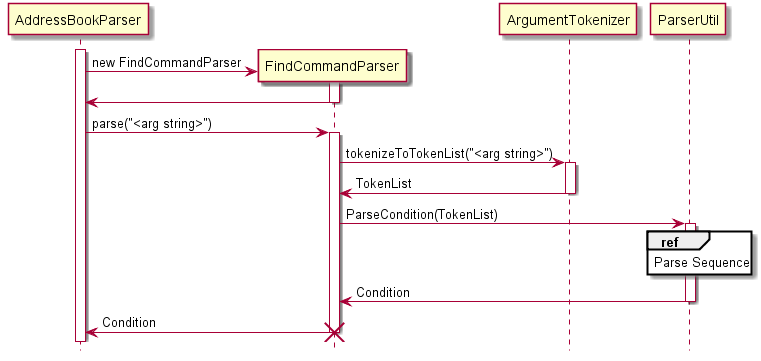
Before: docs/images/FindCommandSequence.png, a diagram exported from PlantUML (ewaldhew/addressbook-level4).
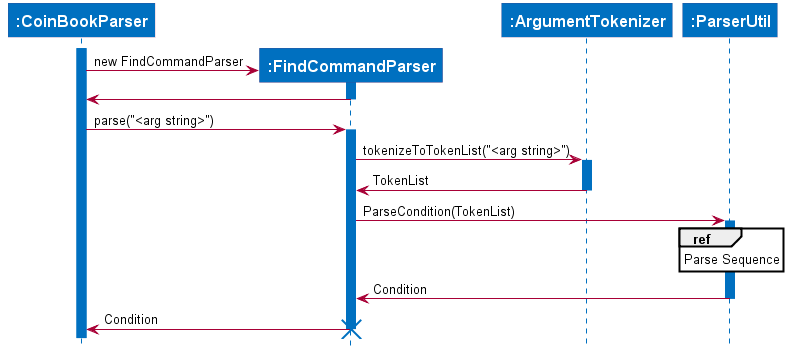
The same diagram one commit later.

The edit, as a diff of the source:
```diff
@@ -1,16 +1,35 @@
 @startuml
 hide footbox
-participant AddressBookParser
 
-activate AddressBookParser
+skinparam sequence {
+  ActorBackgroundColor #DDDDDD
+  ActorBorderColor black
+  ParticipantFontColor white
+  ParticipantFontSize 16
+  ParticipantFontStyle bold
+  ParticipantBorderThickness 0
+  ParticipantBackgroundColor #0070C0
+  LifeLineBorderColor #0070C0
+  LifeLineBackgroundColor #0070C0
+  defaultFontName Calibri
+}
+
+skinparam shadowing false
+
+participant ":CoinBookParser" as CoinBookParser
+participant ":FindCommandParser" as FindCommandParser
+participant ":ArgumentTokenizer" as ArgumentTokenizer
+participant ":ParserUtil" as ParserUtil
+
+activate CoinBookParser
 
 create FindCommandParser
-AddressBookParser -> FindCommandParser : new FindCommandParser
+CoinBookParser -> FindCommandParser : new FindCommandParser
 activate FindCommandParser
-FindCommandParser -> AddressBookParser
+FindCommandParser -> CoinBookParser
 deactivate
 
-AddressBookParser -> FindCommandParser : parse("<arg string>")
+CoinBookParser -> FindCommandParser : parse("<arg string>")
 activate FindCommandParser
 
 FindCommandParser -> ArgumentTokenizer : tokenizeToTokenList("<arg string>")
@@ -27,7 +46,7 @@
 ParserUtil -> FindCommandParser : Condition
 deactivate ParserUtil
 
-FindCommandParser -> AddressBookParser : Condition
+FindCommandParser -> CoinBookParser : Condition
 deactivate FindCommandParser
 
 destroy FindCommandParser
```
